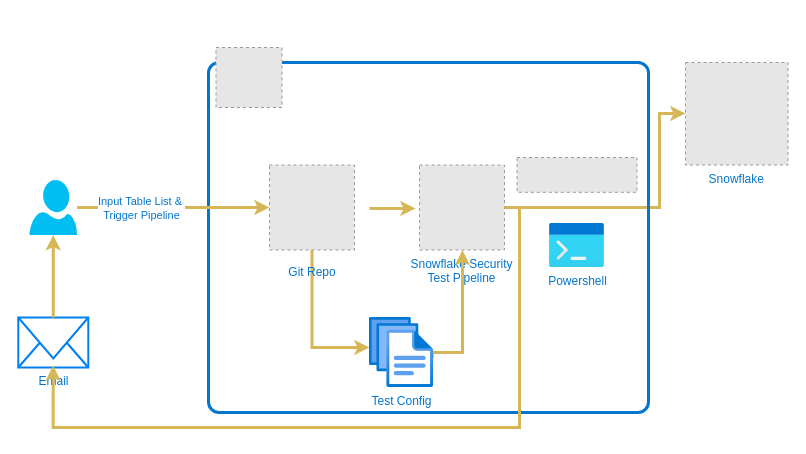
jijeeshme/diagrams keeps this draw.io diagram as Untitled Diagram.drawio. Above is the earlier version. Source tidied: cells renumbered, new cells numbered last; positions are measured from the earlier drawing's top-left corner, leaving out a move shared by most shapes. Both pictures are drawn from the tidied source at 100%, with x=0, y=0 at pixel (18, 47). Pictures stored in the file or linked from it are replaced by grey dashed boxes.
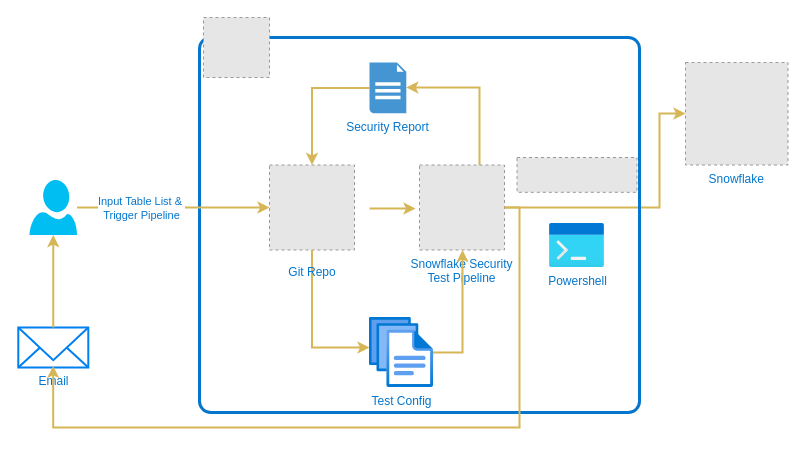
Above is the later version.

The change refers to these unchanged cells:
```xml
<mxCell id="2" style="fillColor=#E6E6E6;strokeColor=#999999;dashed=1;verticalLabelPosition=bottom;verticalAlign=top;" parent="1" vertex="1">
  <mxGeometry x="251" y="117.5" width="85" height="85" as="geometry" />
</mxCell>
<mxCell id="4" value="Snowflake Security &#10;Test Pipeline" style="fillColor=#E6E6E6;strokeColor=#999999;dashed=1;verticalLabelPosition=bottom;verticalAlign=top;fontColor=#0476CD;" parent="1" vertex="1">
  <mxGeometry x="401" y="117.5" width="85" height="85" as="geometry" />
</mxCell>
<mxCell id="9" style="verticalLabelPosition=bottom;html=1;verticalAlign=top;align=center;strokeColor=none;fillColor=#00BEF2;shape=mxgraph.azure.user;" parent="1" vertex="1">
  <mxGeometry x="11" y="132.5" width="47.5" height="55" as="geometry" />
</mxCell>
<mxCell id="14" value="&lt;font color=&quot;#0476cd&quot;&gt;Test Config&lt;/font&gt;" style="image;html=1;points=[];align=center;fontSize=12;image=img/lib/azure2/general/Files.svg;" parent="1" vertex="1">
  <mxGeometry x="351" y="270" width="64" height="70" as="geometry" />
</mxCell>
<mxCell id="15" value="Snowflake" style="fillColor=#E6E6E6;strokeColor=#999999;dashed=1;verticalLabelPosition=bottom;verticalAlign=top;fontColor=#0476CD;" parent="1" vertex="1">
  <mxGeometry x="667" y="15" width="102.5" height="102.5" as="geometry" />
</mxCell>
```

The edit, as a diff of the source:
```diff
@@
-    <mxCell id="3" style="edgeStyle=orthogonalEdgeStyle;rounded=0;jettySize=auto;html=1;strokeWidth=3;strokeColor=#d6b656;fillColor=#fff2cc;" parent="1" edge="1" source="4" target="15">
+    <mxCell id="3" style="edgeStyle=orthogonalEdgeStyle;rounded=0;jettySize=auto;html=1;strokeWidth=2;strokeColor=#d6b656;fillColor=#fff2cc;" parent="1" edge="1" source="4" target="15">
       <mxGeometry relative="1" as="geometry">
         <Array as="points">
           <mxPoint x="641" y="160" />
           <mxPoint x="641" y="66" />
         </Array>
       </mxGeometry>
     </mxCell>
+    <mxCell id="21" style="edgeStyle=orthogonalEdgeStyle;rounded=0;jettySize=auto;html=1;fillColor=#fff2cc;strokeColor=#d6b656;strokeWidth=2;" parent="1" edge="1" source="4" target="23">
+      <mxGeometry relative="1" as="geometry">
+        <Array as="points">
+          <mxPoint x="461" y="40" />
+        </Array>
+      </mxGeometry>
+    </mxCell>
@@
     <mxCell id="5" style="rounded=1;whiteSpace=wrap;html=1;fillColor=none;arcSize=3;strokeColor=#0476CD;strokeWidth=3;" parent="1" vertex="1">
-      <mxGeometry x="190" y="15" width="440" height="350" as="geometry" />
+      <mxGeometry x="181" y="-10" width="440" height="375" as="geometry" />
     </mxCell>
     <mxCell id="6" style="fillColor=#E6E6E6;strokeColor=#999999;dashed=1;verticalLabelPosition=bottom;verticalAlign=top;" parent="1" vertex="1">
-      <mxGeometry x="197.5" width="66" height="60" as="geometry" />
+      <mxGeometry x="185" y="-30" width="66" height="60" as="geometry" />
     </mxCell>
-    <mxCell id="7" style="edgeStyle=orthogonalEdgeStyle;rounded=0;jettySize=auto;html=1;entryX=0;entryY=0.5;entryDx=0;entryDy=0;strokeColor=#d6b656;strokeWidth=3;fillColor=#fff2cc;" parent="1" edge="1" source="9" target="2">
+    <mxCell id="7" style="edgeStyle=orthogonalEdgeStyle;rounded=0;jettySize=auto;html=1;entryX=0;entryY=0.5;entryDx=0;entryDy=0;strokeColor=#d6b656;strokeWidth=2;fillColor=#fff2cc;" parent="1" edge="1" source="9" target="2">
       <mxGeometry relative="1" as="geometry" />
     </mxCell>
@@
-    <mxCell id="10" style="edgeStyle=orthogonalEdgeStyle;rounded=0;jettySize=auto;html=1;exitX=0.5;exitY=1;exitDx=0;exitDy=0;strokeColor=#d6b656;strokeWidth=3;fillColor=#fff2cc;entryX=0;entryY=0.429;entryDx=0;entryDy=0;entryPerimeter=0;" parent="1" edge="1" source="2" target="14">
+    <mxCell id="10" style="edgeStyle=orthogonalEdgeStyle;rounded=0;jettySize=auto;html=1;exitX=0.5;exitY=1;exitDx=0;exitDy=0;strokeColor=#d6b656;strokeWidth=2;fillColor=#fff2cc;entryX=0;entryY=0.429;entryDx=0;entryDy=0;entryPerimeter=0;" parent="1" edge="1" source="2" target="14">
       <mxGeometry relative="1" as="geometry" />
     </mxCell>
@@
-    <mxCell id="12" style="edgeStyle=orthogonalEdgeStyle;rounded=0;orthogonalLoop=1;jettySize=auto;html=1;entryX=0.096;entryY=0.5;entryDx=0;entryDy=0;entryPerimeter=0;strokeColor=#d6b656;strokeWidth=3;fillColor=#fff2cc;" parent="1" edge="1">
+    <mxCell id="12" style="edgeStyle=orthogonalEdgeStyle;rounded=0;orthogonalLoop=1;jettySize=auto;html=1;entryX=0.096;entryY=0.5;entryDx=0;entryDy=0;entryPerimeter=0;strokeColor=#d6b656;strokeWidth=2;fillColor=#fff2cc;" parent="1" edge="1">
       <mxGeometry relative="1" as="geometry">
         <mxPoint x="351" y="161" as="sourcePoint" />
         <mxPoint x="397" y="161" as="targetPoint" />
       </mxGeometry>
     </mxCell>
-    <mxCell id="13" style="edgeStyle=orthogonalEdgeStyle;rounded=0;jettySize=auto;html=1;exitX=0.981;exitY=0.583;exitDx=0;exitDy=0;exitPerimeter=0;strokeColor=#d6b656;strokeWidth=3;fillColor=#fff2cc;" parent="1" edge="1" source="14" target="4">
+    <mxCell id="13" style="edgeStyle=orthogonalEdgeStyle;rounded=0;jettySize=auto;html=1;exitX=0.981;exitY=0.583;exitDx=0;exitDy=0;exitPerimeter=0;strokeColor=#d6b656;strokeWidth=2;fillColor=#fff2cc;" parent="1" edge="1" source="14" target="4">
       <mxGeometry relative="1" as="geometry">
         <Array as="points">
           <mxPoint x="414" y="305" />
           <mxPoint x="444" y="305" />
         </Array>
       </mxGeometry>
     </mxCell>
@@
     <mxCell id="17" value="&lt;font color=&quot;#0476cd&quot;&gt;Email&lt;/font&gt;" style="html=1;verticalLabelPosition=bottom;align=center;labelBackgroundColor=#ffffff;verticalAlign=top;strokeWidth=2;strokeColor=#0080F0;shadow=0;dashed=0;shape=mxgraph.ios7.icons.mail;" parent="1" vertex="1">
-      <mxGeometry x="-0.2" y="270" width="70" height="50" as="geometry" />
+      <mxGeometry x="-0.2" y="280" width="70" height="40" as="geometry" />
     </mxCell>
@@
-    <mxCell id="19" style="edgeStyle=orthogonalEdgeStyle;rounded=0;jettySize=auto;html=1;strokeColor=#d6b656;strokeWidth=3;fillColor=#fff2cc;entryX=0.498;entryY=0.96;entryDx=0;entryDy=0;entryPerimeter=0;" parent="1" edge="1" source="4" target="17">
+    <mxCell id="19" style="edgeStyle=orthogonalEdgeStyle;rounded=0;jettySize=auto;html=1;strokeColor=#d6b656;strokeWidth=2;fillColor=#fff2cc;entryX=0.498;entryY=0.96;entryDx=0;entryDy=0;entryPerimeter=0;" parent="1" edge="1" source="4" target="17">
       <mxGeometry relative="1" as="geometry">
         <Array as="points">
           <mxPoint x="501" y="160" />
           <mxPoint x="501" y="380" />
           <mxPoint x="35" y="380" />
         </Array>
       </mxGeometry>
     </mxCell>
-    <mxCell id="20" style="edgeStyle=orthogonalEdgeStyle;rounded=0;jettySize=auto;html=1;entryX=0.5;entryY=1;entryDx=0;entryDy=0;entryPerimeter=0;fillColor=#fff2cc;strokeColor=#d6b656;strokeWidth=3;" parent="1" edge="1" source="17" target="9">
+    <mxCell id="20" style="edgeStyle=orthogonalEdgeStyle;rounded=0;jettySize=auto;html=1;entryX=0.5;entryY=1;entryDx=0;entryDy=0;entryPerimeter=0;fillColor=#fff2cc;strokeColor=#d6b656;strokeWidth=2;" parent="1" edge="1" source="17" target="9">
       <mxGeometry relative="1" as="geometry" />
     </mxCell>
+    <mxCell id="22" style="edgeStyle=orthogonalEdgeStyle;rounded=0;jettySize=auto;html=1;entryX=0.5;entryY=0;entryDx=0;entryDy=0;fillColor=#fff2cc;strokeColor=#d6b656;strokeWidth=2;" parent="1" edge="1" source="23" target="2">
+      <mxGeometry relative="1" as="geometry" />
+    </mxCell>
+    <mxCell id="23" value="&lt;font color=&quot;#0476cd&quot;&gt;Security Report&lt;/font&gt;" style="shadow=0;dashed=0;html=1;strokeColor=none;fillColor=#4495D1;labelPosition=center;verticalLabelPosition=bottom;verticalAlign=top;align=center;outlineConnect=0;shape=mxgraph.veeam.2d.report;" parent="1" vertex="1">
+      <mxGeometry x="351" y="15" width="36.8" height="50.8" as="geometry" />
+    </mxCell>
```
